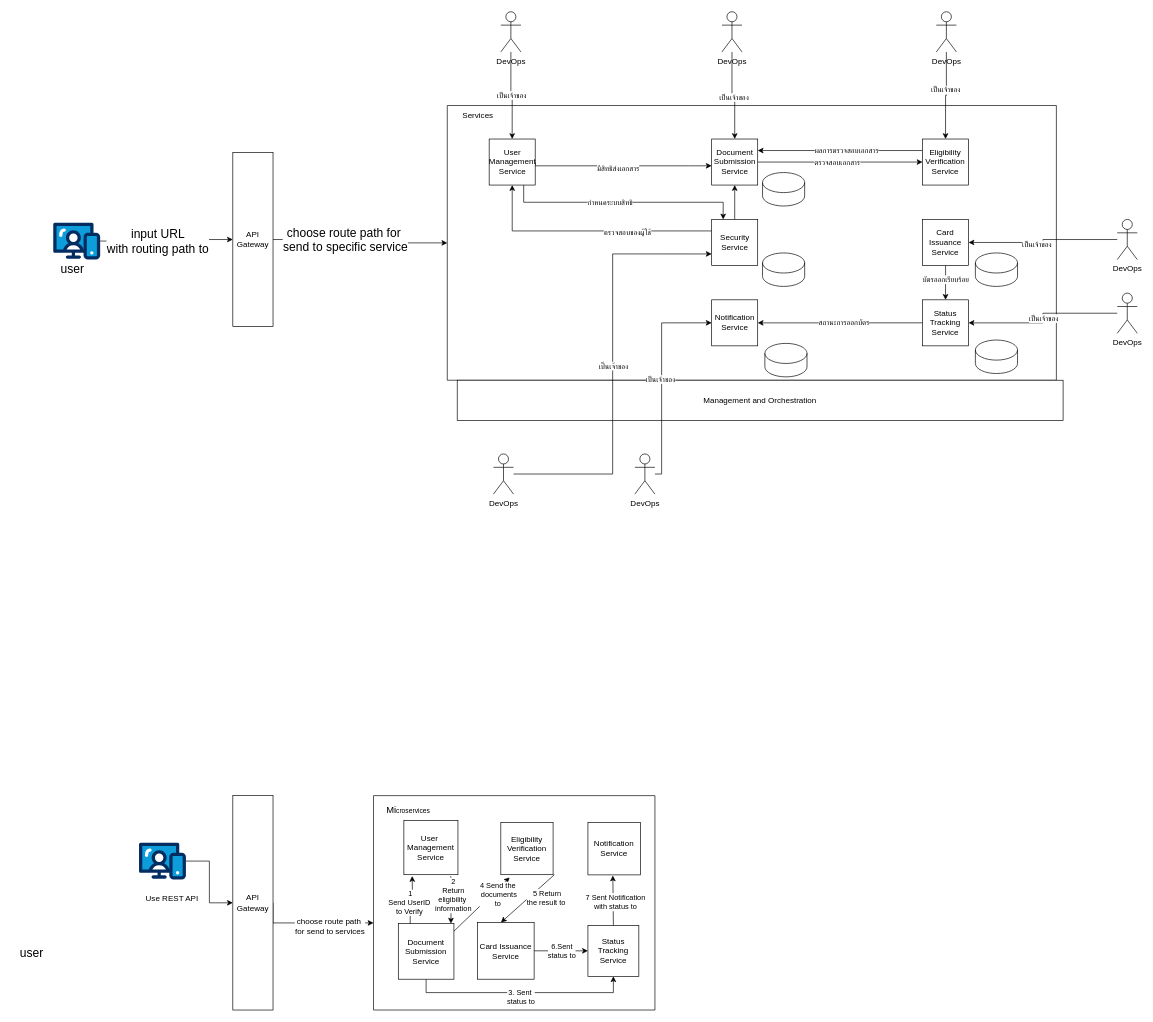
Earlier version of the draw.io diagram microservices.drawio (thammarat-ai/diagram-se). Source tidied: cells renumbered, new cells numbered last; positions are measured from the earlier drawing's top-left corner, leaving out a move shared by most shapes. Both pictures are drawn from the tidied source at 67%, with x=0, y=0 at pixel (11, 11).
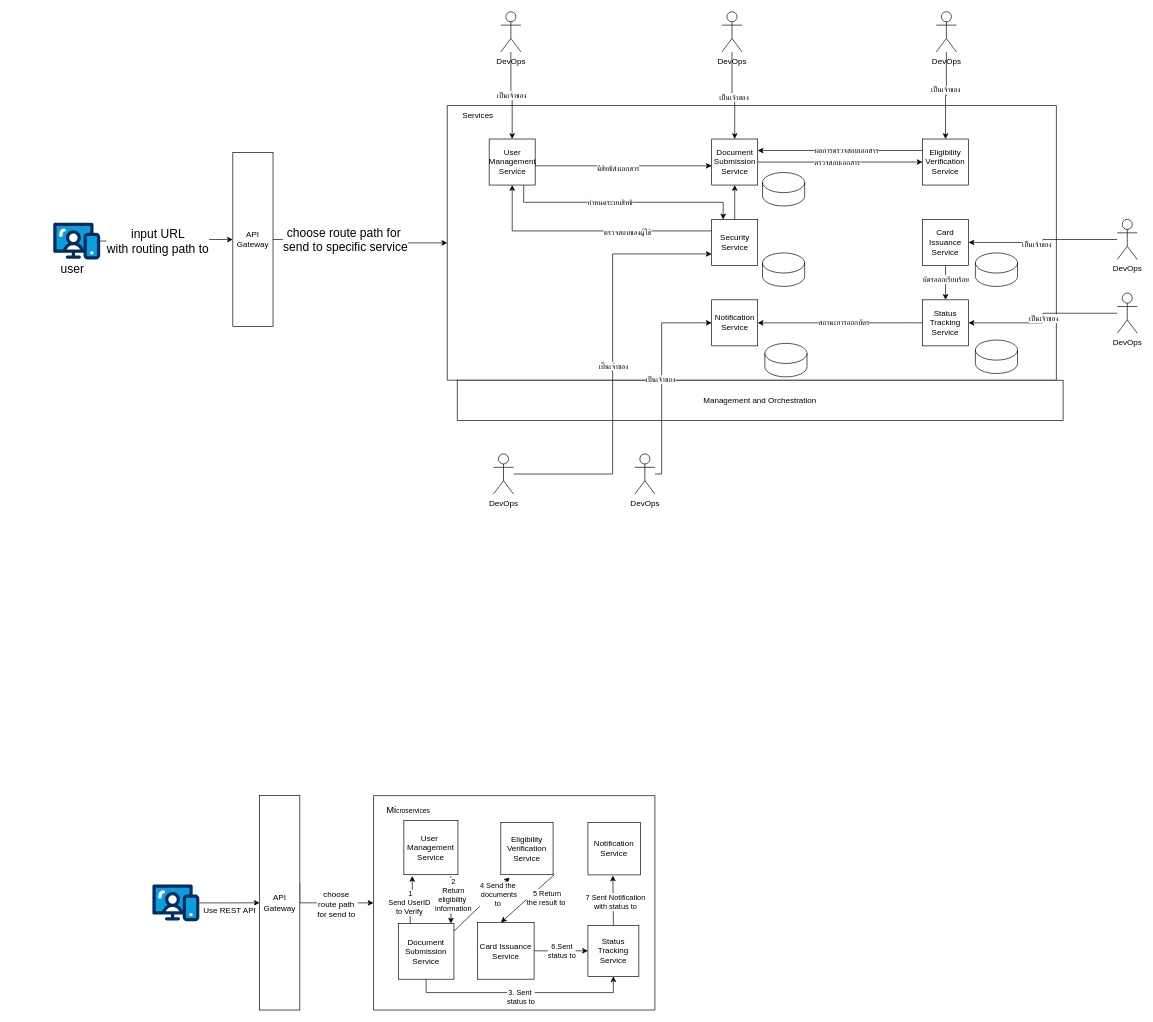
After the change.

Unchanged cells that the change refers to:
```xml
<mxCell id="64" style="verticalLabelPosition=bottom;verticalAlign=top;html=1;shape=mxgraph.basic.rect;fillColor2=none;strokeWidth=1;size=20;indent=5;" parent="1" vertex="1">
  <mxGeometry x="540" y="1170" width="420" height="320" as="geometry" />
</mxCell>
<mxCell id="80" style="edgeStyle=orthogonalEdgeStyle;rounded=0;jettySize=auto;html=1;entryX=0;entryY=0.5;entryDx=0;entryDy=0;" parent="1" edge="1" source="82" target="63">
  <mxGeometry relative="1" as="geometry" />
</mxCell>
```

The edit, as a diff of the source:
```diff
@@
-    <mxCell id="61" style="edgeStyle=orthogonalEdgeStyle;rounded=0;jettySize=auto;html=1;exitX=1;exitY=0.5;exitDx=0;exitDy=0;" parent="1" edge="1" source="63" target="64">
+    <mxCell id="61" style="edgeStyle=orthogonalEdgeStyle;rounded=0;orthogonalLoop=1;jettySize=auto;html=1;exitX=1;exitY=0.5;exitDx=0;exitDy=0;" parent="1" edge="1">
       <mxGeometry relative="1" as="geometry">
+        <mxPoint x="430" y="1300" as="sourcePoint" />
+        <mxPoint x="540" y="1330.1" as="targetPoint" />
         <Array as="points">
-          <mxPoint x="420" y="1360" />
-          <mxPoint x="420" y="1360" />
+          <mxPoint x="420" y="1330" />
+          <mxPoint x="420" y="1330" />
         </Array>
       </mxGeometry>
     </mxCell>
-    <mxCell id="62" value="choose route path&amp;nbsp;&lt;div&gt;for send to services&lt;/div&gt;" style="edgeLabel;html=1;align=center;verticalAlign=middle;fontSize=12;" parent="61" vertex="1">
+    <mxCell id="62" value="choose&amp;nbsp;&lt;div&gt;route path&amp;nbsp;&lt;div&gt;for send to&amp;nbsp;&lt;/div&gt;&lt;/div&gt;" style="edgeLabel;html=1;align=center;verticalAlign=middle;fontSize=12;" parent="61" vertex="1">
       <mxGeometry x="-0.19" relative="1" as="geometry">
-        <mxPoint x="41" y="4" as="offset" />
+        <mxPoint x="41" y="1" as="offset" />
       </mxGeometry>
     </mxCell>
     <mxCell id="63" value="API Gateway" style="rounded=0;whiteSpace=wrap;html=1;" parent="1" vertex="1">
-      <mxGeometry x="330" y="1170" width="60" height="320" as="geometry" />
+      <mxGeometry x="370" y="1170" width="60" height="320" as="geometry" />
     </mxCell>
@@
     <mxCell id="81" value="Use REST API" style="edgeLabel;html=1;align=center;verticalAlign=middle;fontSize=12;" parent="80" vertex="1">
       <mxGeometry x="-0.15" relative="1" as="geometry">
-        <mxPoint x="-57" y="35" as="offset" />
+        <mxPoint x="6" y="10" as="offset" />
       </mxGeometry>
     </mxCell>
     <mxCell id="82" style="verticalLabelPosition=bottom;html=1;shape=mxgraph.salesforce.web;" parent="1" vertex="1">
-      <mxGeometry x="190" y="1240" width="70" height="55.3" as="geometry" />
+      <mxGeometry x="210" y="1302.4" width="70" height="55.3" as="geometry" />
     </mxCell>
-    <mxCell id="83" value="user" style="text;html=1;align=center;verticalAlign=middle;whiteSpace=wrap;rounded=0;fontSize=18;" parent="1" vertex="1">
-      <mxGeometry y="1390" width="60" height="30" as="geometry" />
-    </mxCell>
```
